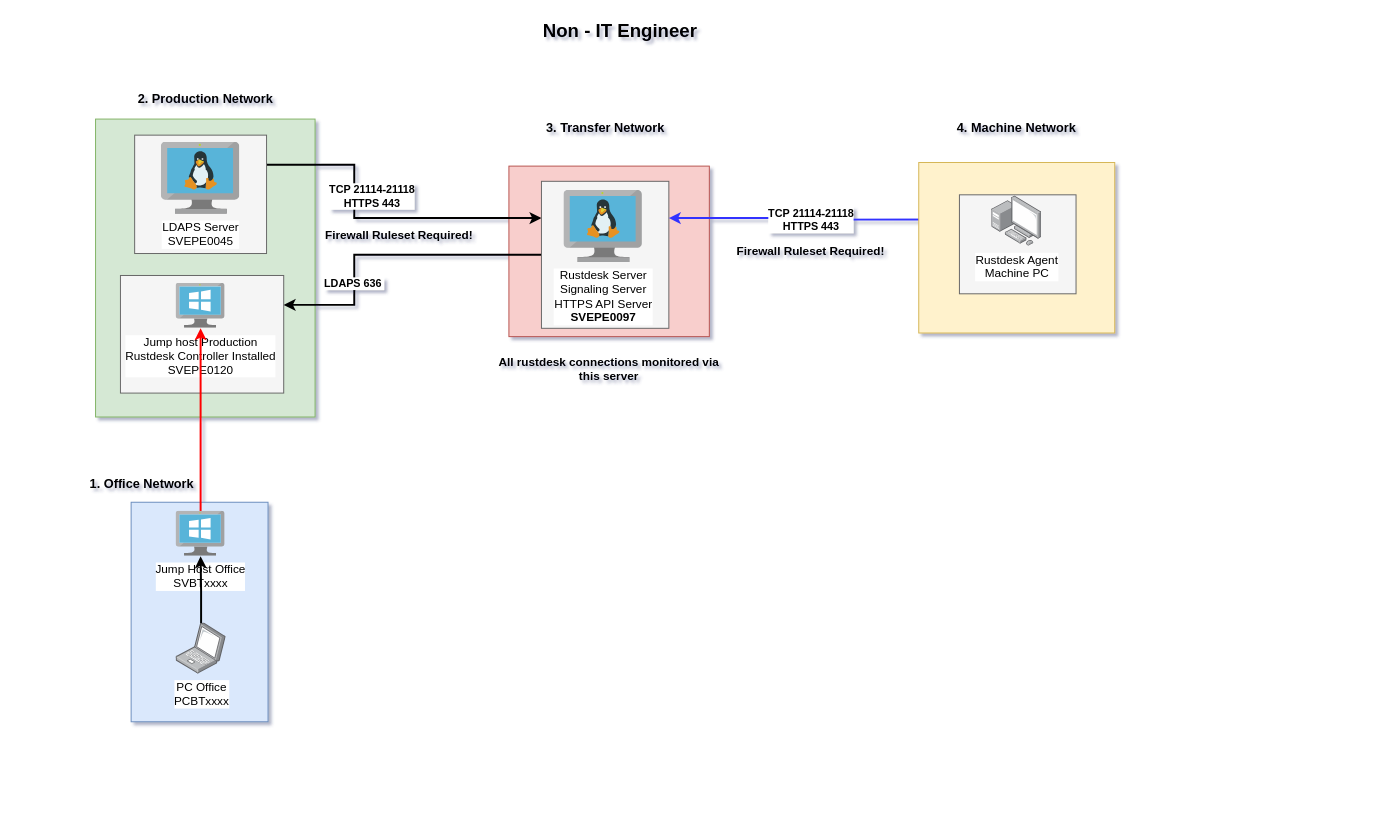
This is page "Non_IT" (2 of 3) of rustdesk.drawio from iippam/proyek-01, a draw.io file, before an edit. Source tidied: cells renumbered, new cells numbered last; positions are measured from the earlier drawing's top-left corner, leaving out a move shared by most shapes. Both pictures are drawn from the tidied source at 98%, with x=0, y=0 at pixel (72, 17).
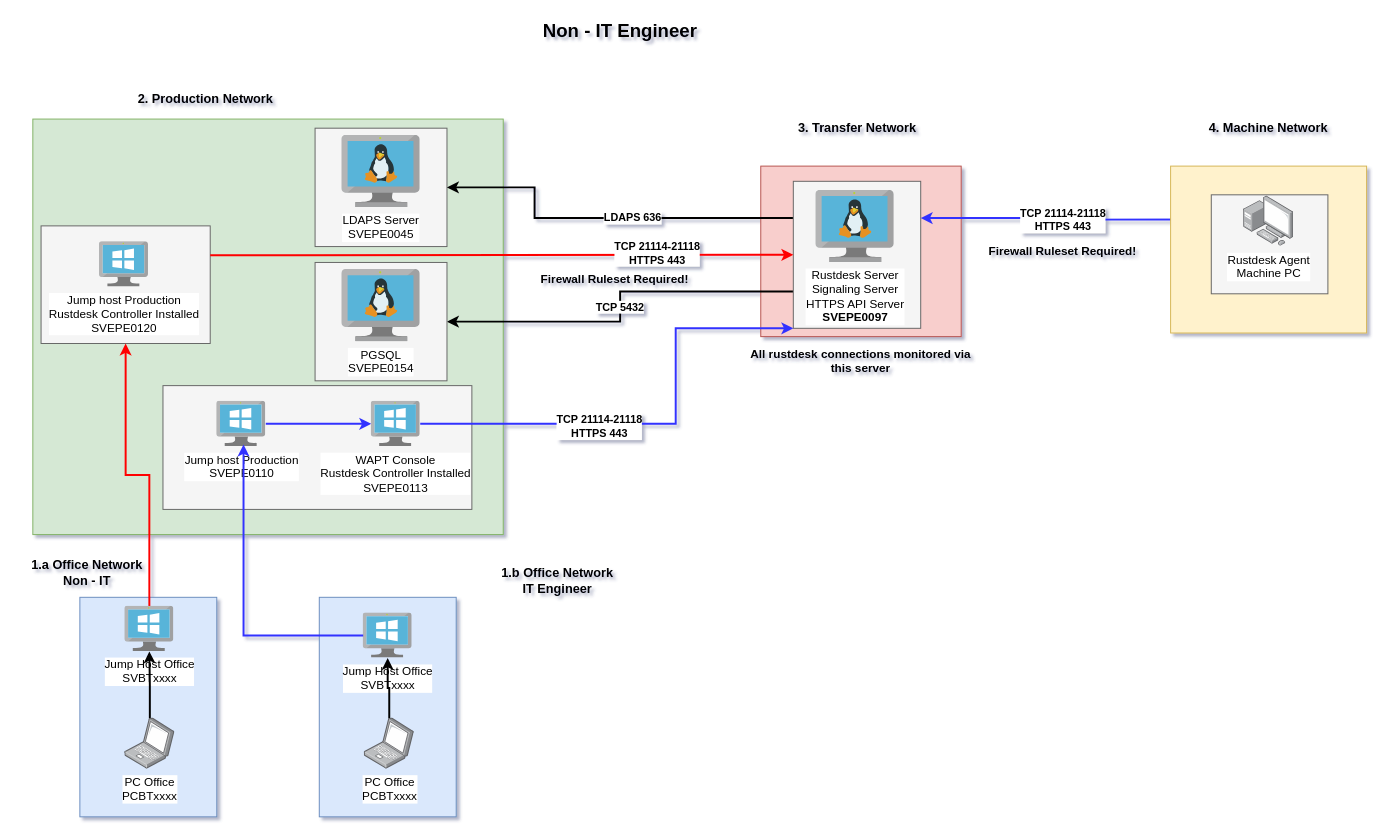
The same page after the edit.

The change refers to these unchanged cells:
```xml
<mxCell id="11" style="edgeStyle=orthogonalEdgeStyle;rounded=0;jettySize=auto;html=1;exitX=0;exitY=0.25;exitDx=0;exitDy=0;entryX=1;entryY=0.25;entryDx=0;entryDy=0;strokeColor=#3333FF;strokeWidth=2;" parent="1" edge="1" source="15" target="10">
  <mxGeometry relative="1" as="geometry" />
</mxCell>
```

Diff of the diagram source:
```diff
@@
     <mxCell id="2" style="rounded=0;whiteSpace=wrap;html=1;fillColor=#dae8fc;strokeColor=#6c8ebf;" parent="1" vertex="1">
-      <mxGeometry x="60.3" y="495" width="139.7" height="224" as="geometry" />
+      <mxGeometry x="8" y="592" width="139.7" height="224" as="geometry" />
     </mxCell>
     <mxCell id="3" style="rounded=0;whiteSpace=wrap;html=1;fillColor=#d5e8d4;strokeColor=#82b366;" parent="1" vertex="1">
-      <mxGeometry x="24" y="104" width="224" height="304" as="geometry" />
+      <mxGeometry x="-40" y="104" width="480" height="424" as="geometry" />
     </mxCell>
     <mxCell id="4" style="rounded=0;whiteSpace=wrap;html=1;fillColor=#f5f5f5;strokeColor=#666666;fontColor=#333333;" parent="1" vertex="1">
-      <mxGeometry x="49.4" y="263.6" width="166.6" height="120" as="geometry" />
+      <mxGeometry x="-31.6" y="213" width="172.6" height="120" as="geometry" />
     </mxCell>
     <mxCell id="5" style="rounded=0;whiteSpace=wrap;html=1;fillColor=#f8cecc;strokeColor=#b85450;" parent="1" vertex="1">
-      <mxGeometry x="445.8" y="152" width="204.5" height="174" as="geometry" />
+      <mxGeometry x="702.8" y="152" width="204.5" height="174" as="geometry" />
     </mxCell>
-    <mxCell id="6" style="edgeStyle=orthogonalEdgeStyle;rounded=0;jettySize=auto;html=1;exitX=1;exitY=0.25;exitDx=0;exitDy=0;entryX=0;entryY=0.25;entryDx=0;entryDy=0;strokeWidth=2;" parent="1" edge="1" source="7" target="10">
-      <mxGeometry relative="1" as="geometry">
-        <Array as="points">
-          <mxPoint x="288" y="151" />
-          <mxPoint x="288" y="205" />
-        </Array>
-      </mxGeometry>
-    </mxCell>
     <mxCell id="7" style="rounded=0;whiteSpace=wrap;html=1;fillColor=#f5f5f5;strokeColor=#666666;fontColor=#333333;" parent="1" vertex="1">
-      <mxGeometry x="63.9" y="120.4" width="134.6" height="120.8" as="geometry" />
+      <mxGeometry x="248" y="113.3" width="134.6" height="120.8" as="geometry" />
     </mxCell>
-    <mxCell id="8" style="edgeStyle=orthogonalEdgeStyle;rounded=0;jettySize=auto;html=1;exitX=0;exitY=0.5;exitDx=0;exitDy=0;entryX=1;entryY=0.25;entryDx=0;entryDy=0;strokeWidth=2;" parent="1" edge="1" source="10" target="4">
-      <mxGeometry relative="1" as="geometry">
-        <Array as="points">
-          <mxPoint x="288" y="243" />
-          <mxPoint x="288" y="294" />
-        </Array>
-      </mxGeometry>
-    </mxCell>
+    <mxCell id="32" style="edgeStyle=orthogonalEdgeStyle;rounded=0;jettySize=auto;html=1;exitX=0;exitY=0.75;exitDx=0;exitDy=0;entryX=1;entryY=0.5;entryDx=0;entryDy=0;strokeWidth=2;" parent="1" edge="1" source="10" target="35">
+      <mxGeometry relative="1" as="geometry" />
+    </mxCell>
+    <mxCell id="33" value="&lt;b&gt;TCP 5432&lt;/b&gt;" style="edgeLabel;html=1;align=center;verticalAlign=middle;" parent="32" vertex="1">
+      <mxGeometry y="-1" relative="1" as="geometry" />
+    </mxCell>
+    <mxCell id="34" style="edgeStyle=orthogonalEdgeStyle;rounded=0;jettySize=auto;html=1;exitX=0;exitY=0.25;exitDx=0;exitDy=0;entryX=1;entryY=0.5;entryDx=0;entryDy=0;strokeWidth=2;" parent="1" edge="1" source="10" target="7">
+      <mxGeometry relative="1" as="geometry">
+        <Array as="points">
+          <mxPoint x="472" y="205" />
+          <mxPoint x="472" y="174" />
+        </Array>
+      </mxGeometry>
+    </mxCell>
-    <mxCell id="9" value="&lt;b&gt;LDAPS 636&amp;nbsp;&lt;/b&gt;" style="edgeLabel;html=1;align=center;verticalAlign=middle;" parent="8" vertex="1">
-      <mxGeometry x="-0.36" relative="1" as="geometry">
-        <mxPoint x="-91" y="29" as="offset" />
-      </mxGeometry>
+    <mxCell id="9" value="&lt;b&gt;LDAPS 636&lt;/b&gt;" style="edgeLabel;html=1;align=center;verticalAlign=middle;" parent="34" vertex="1">
+      <mxGeometry x="-0.14" y="-1" relative="1" as="geometry" />
     </mxCell>
     <mxCell id="10" style="rounded=0;whiteSpace=wrap;html=1;fillColor=#f5f5f5;strokeColor=#666666;fontColor=#333333;" parent="1" vertex="1">
-      <mxGeometry x="479" y="167.5" width="130" height="150" as="geometry" />
+      <mxGeometry x="736" y="167.5" width="130" height="150" as="geometry" />
     </mxCell>
@@
-    <mxCell id="13" value="&lt;b&gt;TCP&amp;nbsp;21114-21118&lt;/b&gt;&lt;div&gt;&lt;b&gt;HTTPS 443&lt;/b&gt;&lt;/div&gt;" style="edgeLabel;html=1;align=center;verticalAlign=middle;" parent="11" vertex="1">
-      <mxGeometry x="0.06" relative="1" as="geometry">
-        <mxPoint x="-444" y="-23" as="offset" />
-      </mxGeometry>
-    </mxCell>
     <mxCell id="14" style="rounded=0;whiteSpace=wrap;html=1;fillColor=#fff2cc;strokeColor=#d6b656;" parent="1" vertex="1">
-      <mxGeometry x="864" y="148.3" width="200" height="174" as="geometry" />
+      <mxGeometry x="1121" y="152" width="200" height="170.3" as="geometry" />
     </mxCell>
     <mxCell id="15" style="rounded=0;whiteSpace=wrap;html=1;fillColor=#f5f5f5;strokeColor=#666666;fontColor=#333333;" parent="1" vertex="1">
-      <mxGeometry x="905.5" y="181.3" width="119" height="101" as="geometry" />
+      <mxGeometry x="1162.5" y="181.3" width="119" height="101" as="geometry" />
     </mxCell>
     <mxCell id="16" value="&lt;b&gt;4. Machine Network&lt;/b&gt;" style="text;html=1;align=center;verticalAlign=middle;whiteSpace=wrap;rounded=0;fontSize=13;" parent="1" vertex="1">
-      <mxGeometry x="895" y="97.5" width="138" height="30" as="geometry" />
+      <mxGeometry x="1152" y="97.5" width="138" height="30" as="geometry" />
     </mxCell>
     <mxCell id="17" value="Jump host Production&lt;div&gt;Rustdesk Controller Installed&lt;/div&gt;&lt;div&gt;SVEPE0120&lt;/div&gt;" style="image;sketch=0;html=1;points=[];align=center;fontSize=12;image=img/lib/mscae/VirtualMachineWindows.svg;" parent="1" vertex="1">
-      <mxGeometry x="106.2" y="271.5" width="50" height="46" as="geometry" />
+      <mxGeometry x="28" y="229.3" width="50" height="46" as="geometry" />
     </mxCell>
     <mxCell id="18" value="Rustdesk Server&lt;br&gt;&lt;div&gt;Signaling Server&lt;br&gt;HTTPS API Server&lt;br&gt;&lt;b&gt;SVEPE0097&lt;/b&gt;&lt;/div&gt;" style="image;sketch=0;html=1;align=center;fontSize=12;image=img/lib/mscae/VM_Linux.svg;" parent="1" vertex="1">
-      <mxGeometry x="502" y="176.7" width="80" height="73.6" as="geometry" />
+      <mxGeometry x="759" y="176.7" width="80" height="73.6" as="geometry" />
     </mxCell>
     <mxCell id="19" value="&lt;div&gt;Rustdesk Agent&lt;/div&gt;Machine PC" style="sketch=0;shadow=0;dashed=0;html=1;strokeColor=none;fillColor=#00BEF2;labelPosition=center;verticalLabelPosition=bottom;verticalAlign=top;align=center;shape=image;labelBackgroundColor=default;image=img/lib/allied_telesis/computer_and_terminals/Personal_Computer_with_Server.svg;" parent="1" vertex="1">
-      <mxGeometry x="938.5" y="182.1" width="51" height="52" as="geometry" />
+      <mxGeometry x="1195.5" y="182.1" width="51" height="52" as="geometry" />
     </mxCell>
@@
     <mxCell id="21" value="&lt;b&gt;All rustdesk connections monitored via this server&lt;/b&gt;" style="text;html=1;align=center;verticalAlign=middle;whiteSpace=wrap;rounded=0;" parent="1" vertex="1">
-      <mxGeometry x="424.2" y="344" width="247.5" height="30" as="geometry" />
+      <mxGeometry x="681.2" y="336" width="247.5" height="30" as="geometry" />
     </mxCell>
     <mxCell id="22" value="&lt;div&gt;&lt;b&gt;Firewall Ruleset Required!&lt;/b&gt;&lt;/div&gt;" style="text;html=1;align=center;verticalAlign=middle;whiteSpace=wrap;rounded=0;" parent="1" vertex="1">
-      <mxGeometry x="664" y="224" width="180" height="30" as="geometry" />
+      <mxGeometry x="921" y="224" width="180" height="30" as="geometry" />
     </mxCell>
@@
     <mxCell id="24" value="&lt;b&gt;3. Transfer Network&lt;/b&gt;" style="text;html=1;align=center;verticalAlign=middle;whiteSpace=wrap;rounded=0;fontSize=13;" parent="1" vertex="1">
-      <mxGeometry x="467.5" y="97.5" width="153" height="30" as="geometry" />
+      <mxGeometry x="724.5" y="97.5" width="153" height="30" as="geometry" />
     </mxCell>
     <mxCell id="25" value="LDAPS Server&lt;div&gt;SVEPE0045&lt;/div&gt;" style="image;sketch=0;html=1;align=center;fontSize=12;image=img/lib/mscae/VM_Linux.svg;" parent="1" vertex="1">
-      <mxGeometry x="91.2" y="127.5" width="80" height="73.6" as="geometry" />
+      <mxGeometry x="275.3" y="120.5" width="80" height="73.6" as="geometry" />
     </mxCell>
-    <mxCell id="26" value="&lt;b&gt;1. Office Network&lt;/b&gt;" style="text;html=1;align=center;verticalAlign=middle;whiteSpace=wrap;rounded=0;fontSize=13;" parent="1" vertex="1">
-      <mxGeometry y="461.2" width="142.5" height="30" as="geometry" />
+    <mxCell id="26" value="&lt;b&gt;1.a Office Network&lt;/b&gt;&lt;div&gt;&lt;b&gt;Non - IT&lt;/b&gt;&lt;/div&gt;" style="text;html=1;align=center;verticalAlign=middle;whiteSpace=wrap;rounded=0;fontSize=13;" parent="1" vertex="1">
+      <mxGeometry x="-56" y="552" width="142.5" height="30" as="geometry" />
     </mxCell>
-    <mxCell id="27" style="edgeStyle=orthogonalEdgeStyle;rounded=0;jettySize=auto;html=1;strokeWidth=2;strokeColor=light-dark(#ff0000, #ededed);" parent="1" edge="1" source="28" target="17">
+    <mxCell id="27" style="edgeStyle=orthogonalEdgeStyle;rounded=0;jettySize=auto;html=1;strokeWidth=2;strokeColor=light-dark(#ff0000, #ededed);entryX=0.5;entryY=1;entryDx=0;entryDy=0;" parent="1" edge="1" source="28" target="4">
       <mxGeometry relative="1" as="geometry" />
     </mxCell>
     <mxCell id="28" value="Jump Host Office&lt;div&gt;SVBTxxxx&lt;/div&gt;" style="image;sketch=0;html=1;points=[];align=center;fontSize=12;image=img/lib/mscae/VirtualMachineWindows.svg;" parent="1" vertex="1">
-      <mxGeometry x="106.2" y="504.2" width="50" height="46" as="geometry" />
+      <mxGeometry x="53.9" y="601.2" width="50" height="46" as="geometry" />
     </mxCell>
@@
     <mxCell id="30" value="&lt;div&gt;PC Office&lt;/div&gt;&lt;div&gt;PCBTxxxx&lt;/div&gt;" style="sketch=0;shadow=0;dashed=0;html=1;strokeColor=none;fillColor=#00BEF2;labelPosition=center;verticalLabelPosition=bottom;verticalAlign=top;outlineConnect=0;align=center;shape=image;labelBackgroundColor=default;image=img/lib/allied_telesis/computer_and_terminals/Laptop.svg;points=[];" parent="1" vertex="1">
-      <mxGeometry x="106.2" y="618.2" width="51" height="52" as="geometry" />
+      <mxGeometry x="53.9" y="715.2" width="51" height="52" as="geometry" />
     </mxCell>
     <mxCell id="31" value="&lt;div&gt;&lt;b&gt;Firewall Ruleset Required!&lt;/b&gt;&lt;/div&gt;" style="text;html=1;align=center;verticalAlign=middle;whiteSpace=wrap;rounded=0;" parent="1" vertex="1">
-      <mxGeometry x="244.2" y="209.2" width="180" height="27.9" as="geometry" />
+      <mxGeometry x="464" y="254.4" width="180" height="27.9" as="geometry" />
     </mxCell>
+    <mxCell id="35" style="rounded=0;whiteSpace=wrap;html=1;fillColor=#f5f5f5;strokeColor=#666666;fontColor=#333333;" parent="1" vertex="1">
+      <mxGeometry x="248" y="250.3" width="134.6" height="120.8" as="geometry" />
+    </mxCell>
+    <mxCell id="36" value="PGSQL&lt;div&gt;SVEPE0154&lt;/div&gt;" style="image;sketch=0;html=1;align=center;fontSize=12;image=img/lib/mscae/VM_Linux.svg;" parent="1" vertex="1">
+      <mxGeometry x="275.3" y="257.5" width="80" height="73.6" as="geometry" />
+    </mxCell>
+    <mxCell id="37" style="edgeStyle=orthogonalEdgeStyle;rounded=0;jettySize=auto;html=1;exitX=1;exitY=0.25;exitDx=0;exitDy=0;entryX=0;entryY=0.5;entryDx=0;entryDy=0;strokeWidth=2;strokeColor=light-dark(#ff0000, #ededed);" parent="1" edge="1" source="4" target="10">
+      <mxGeometry relative="1" as="geometry">
+        <Array as="points">
+          <mxPoint x="224" y="243" />
+        </Array>
+      </mxGeometry>
+    </mxCell>
+    <mxCell id="38" value="&lt;b&gt;TCP&amp;nbsp;21114-21118&lt;/b&gt;&lt;div&gt;&lt;b&gt;HTTPS 443&lt;/b&gt;&lt;/div&gt;" style="edgeLabel;html=1;align=center;verticalAlign=middle;" parent="37" vertex="1">
+      <mxGeometry x="0.53" y="-1" relative="1" as="geometry">
+        <mxPoint y="-3" as="offset" />
+      </mxGeometry>
+    </mxCell>
+    <mxCell id="39" style="rounded=0;whiteSpace=wrap;html=1;fillColor=#dae8fc;strokeColor=#6c8ebf;" parent="1" vertex="1">
+      <mxGeometry x="252.3" y="592" width="139.7" height="224" as="geometry" />
+    </mxCell>
+    <mxCell id="40" value="Jump Host Office&lt;div&gt;SVBTxxxx&lt;/div&gt;" style="image;sketch=0;html=1;points=[];align=center;fontSize=12;image=img/lib/mscae/VirtualMachineWindows.svg;" parent="1" vertex="1">
+      <mxGeometry x="297.1" y="608" width="50" height="46" as="geometry" />
+    </mxCell>
+    <mxCell id="41" style="edgeStyle=orthogonalEdgeStyle;rounded=0;jettySize=auto;html=1;strokeWidth=2;" parent="1" edge="1" source="42" target="40">
+      <mxGeometry relative="1" as="geometry" />
+    </mxCell>
+    <mxCell id="42" value="&lt;div&gt;PC Office&lt;/div&gt;&lt;div&gt;PCBTxxxx&lt;/div&gt;" style="sketch=0;shadow=0;dashed=0;html=1;strokeColor=none;fillColor=#00BEF2;labelPosition=center;verticalLabelPosition=bottom;verticalAlign=top;outlineConnect=0;align=center;shape=image;labelBackgroundColor=default;image=img/lib/allied_telesis/computer_and_terminals/Laptop.svg;points=[];" parent="1" vertex="1">
+      <mxGeometry x="298.2" y="715.2" width="51" height="52" as="geometry" />
+    </mxCell>
+    <mxCell id="43" value="&lt;b&gt;1.b Office Network&lt;/b&gt;&lt;div&gt;&lt;b&gt;IT Engineer&lt;/b&gt;&lt;/div&gt;" style="text;html=1;align=center;verticalAlign=middle;whiteSpace=wrap;rounded=0;fontSize=13;" parent="1" vertex="1">
+      <mxGeometry x="424" y="560" width="142.5" height="30" as="geometry" />
+    </mxCell>
+    <mxCell id="44" style="rounded=0;whiteSpace=wrap;html=1;fillColor=#f5f5f5;strokeColor=#666666;fontColor=#333333;" parent="1" vertex="1">
+      <mxGeometry x="92.8" y="376" width="315.2" height="126.3" as="geometry" />
+    </mxCell>
+    <mxCell id="45" style="edgeStyle=orthogonalEdgeStyle;rounded=0;jettySize=auto;html=1;strokeWidth=2;strokeColor=#3333FF;" parent="1" edge="1" source="46" target="49">
+      <mxGeometry relative="1" as="geometry" />
+    </mxCell>
+    <mxCell id="46" value="Jump host Production&lt;div&gt;&lt;span style=&quot;background-color: light-dark(#ffffff, var(--ge-dark-color, #121212)); color: light-dark(rgb(0, 0, 0), rgb(255, 255, 255));&quot;&gt;SVEPE0110&lt;/span&gt;&lt;/div&gt;" style="image;sketch=0;html=1;points=[];align=center;fontSize=12;image=img/lib/mscae/VirtualMachineWindows.svg;" parent="1" vertex="1">
+      <mxGeometry x="147.7" y="392" width="50" height="46" as="geometry" />
+    </mxCell>
+    <mxCell id="47" style="edgeStyle=orthogonalEdgeStyle;rounded=0;jettySize=auto;html=1;entryX=0;entryY=1;entryDx=0;entryDy=0;strokeWidth=2;strokeColor=#3333FF;" parent="1" edge="1" source="49" target="10">
+      <mxGeometry relative="1" as="geometry">
+        <Array as="points">
+          <mxPoint x="616" y="415" />
+          <mxPoint x="616" y="318" />
+        </Array>
+      </mxGeometry>
+    </mxCell>
+    <mxCell id="48" value="&lt;b&gt;TCP&amp;nbsp;21114-21118&lt;/b&gt;&lt;div&gt;&lt;b&gt;HTTPS 443&lt;/b&gt;&lt;/div&gt;" style="edgeLabel;html=1;align=center;verticalAlign=middle;" parent="47" vertex="1">
+      <mxGeometry x="-0.24" y="-2" relative="1" as="geometry" />
+    </mxCell>
+    <mxCell id="49" value="WAPT Console&lt;div&gt;Rustdesk Controller Installed&lt;/div&gt;&lt;div&gt;SVEPE0113&lt;/div&gt;" style="image;sketch=0;html=1;points=[];align=center;fontSize=12;image=img/lib/mscae/VirtualMachineWindows.svg;" parent="1" vertex="1">
+      <mxGeometry x="305.3" y="392" width="50" height="46" as="geometry" />
+    </mxCell>
+    <mxCell id="50" style="edgeStyle=orthogonalEdgeStyle;rounded=0;jettySize=auto;html=1;entryX=0.546;entryY=0.957;entryDx=0;entryDy=0;entryPerimeter=0;strokeWidth=2;strokeColor=#3333FF;" parent="1" edge="1" source="40" target="46">
+      <mxGeometry relative="1" as="geometry" />
+    </mxCell>
```
